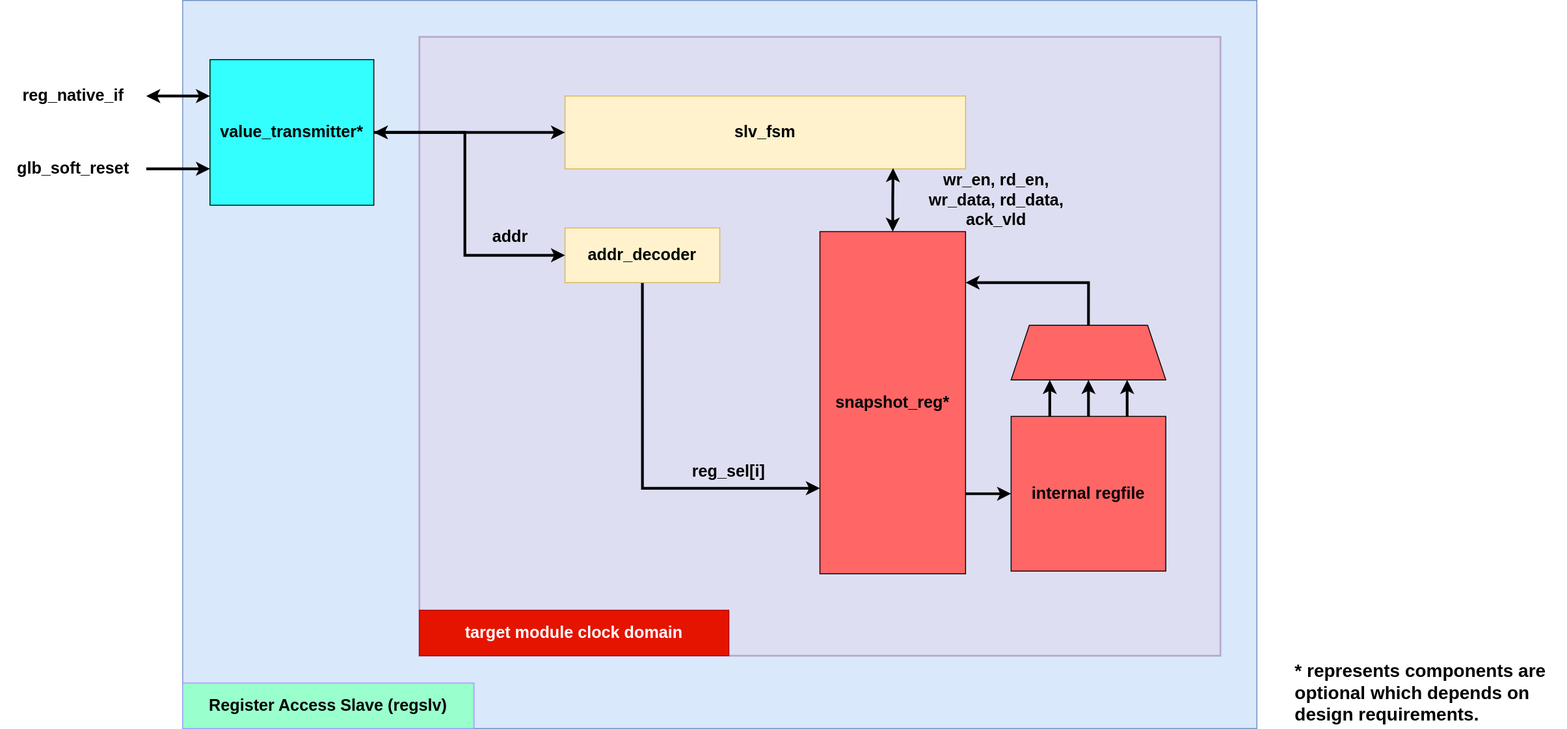
Before: docs/pics/regslv_rtl_infra.svg, a diagram exported from draw.io (howsayhao/hj_reg_auto). Source tidied: cells renumbered, new cells last; positions are measured from the earlier drawing's top-left corner, leaving out a move shared by most shapes.
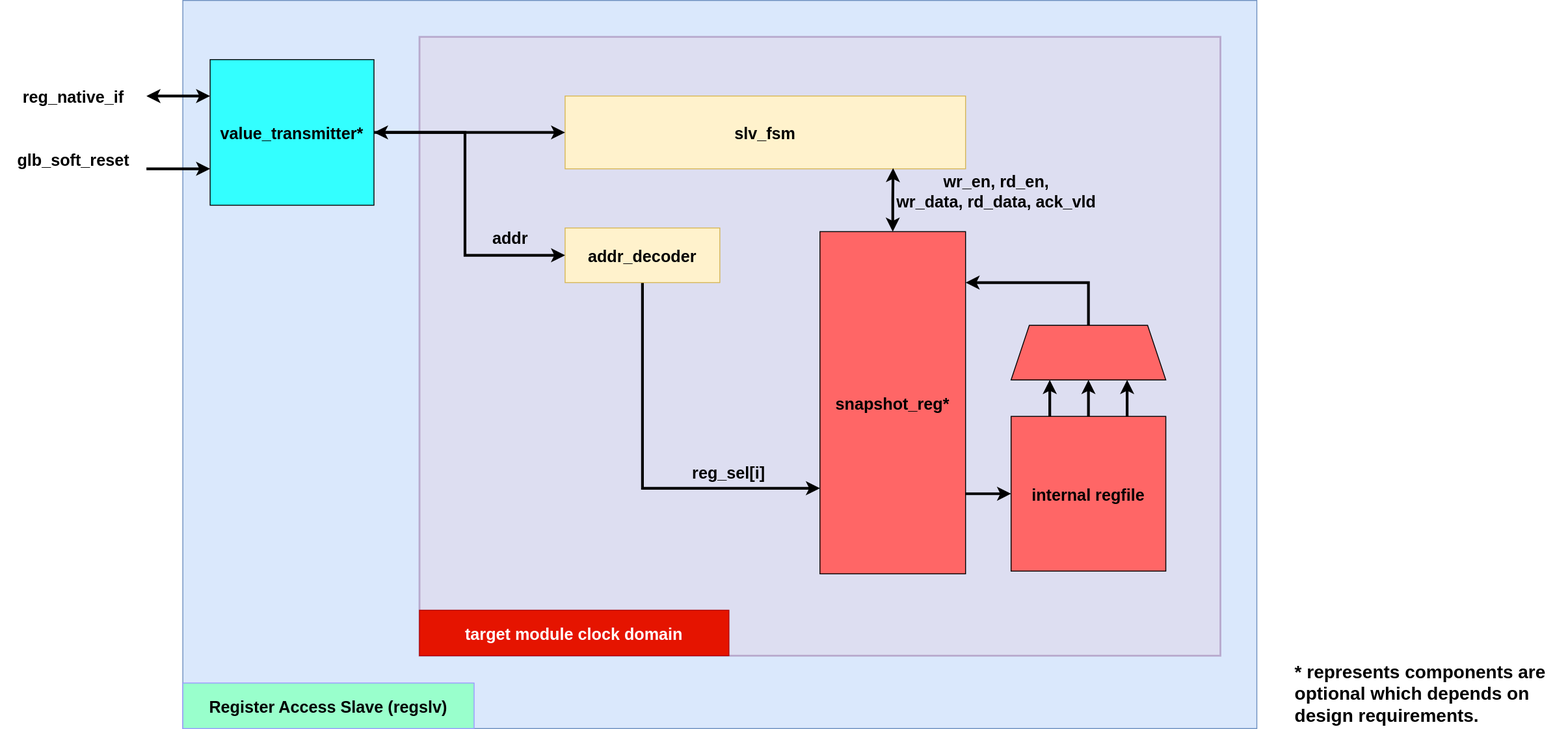
After the commit.

What changed in the source:
```diff
@@ -2,67 +2,67 @@
   <root>
     <mxCell id="0" />
     <mxCell id="1" parent="0" />
-    <mxCell id="2" style="rounded=0;whiteSpace=wrap;html=1;strokeColor=#6c8ebf;fillColor=#dae8fc;fontSize=18;" parent="1" vertex="1">
+    <mxCell id="2" style="rounded=0;strokeColor=#6c8ebf;fillColor=#dae8fc;fontSize=18;fontStyle=1;" parent="1" vertex="1">
       <mxGeometry x="200" width="1180" height="800" as="geometry" />
     </mxCell>
-    <mxCell id="3" style="rounded=0;whiteSpace=wrap;html=1;fillColor=#e1d5e7;strokeColor=#9673a6;strokeWidth=2;opacity=50;fontSize=18;" parent="1" vertex="1">
+    <mxCell id="3" style="rounded=0;fillColor=#e1d5e7;strokeColor=#9673a6;strokeWidth=2;opacity=50;fontSize=18;fontStyle=1;" parent="1" vertex="1">
       <mxGeometry x="460" y="40" width="880" height="680" as="geometry" />
     </mxCell>
-    <mxCell id="4" value="slv_fsm" style="rounded=0;whiteSpace=wrap;html=1;fontStyle=1;fillColor=#fff2cc;fontSize=18;strokeColor=#d6b656;" parent="1" vertex="1">
+    <mxCell id="4" value="slv_fsm" style="rounded=0;fontStyle=1;fillColor=#fff2cc;fontSize=18;strokeColor=#d6b656;" parent="1" vertex="1">
       <mxGeometry x="620" y="105" width="440" height="80" as="geometry" />
     </mxCell>
-    <mxCell id="5" style="edgeStyle=orthogonalEdgeStyle;rounded=0;html=1;exitX=0.5;exitY=1;exitDx=0;exitDy=0;entryX=0;entryY=0.75;entryDx=0;entryDy=0;startArrow=none;startFill=0;strokeWidth=3;fontSize=18;" parent="1" edge="1" source="6" target="17">
+    <mxCell id="5" style="edgeStyle=orthogonalEdgeStyle;rounded=0;exitX=0.5;exitY=1;exitDx=0;exitDy=0;entryX=0;entryY=0.75;entryDx=0;entryDy=0;startArrow=none;startFill=0;strokeWidth=3;fontSize=18;fontStyle=1;" parent="1" edge="1" source="6" target="17">
       <mxGeometry relative="1" as="geometry" />
     </mxCell>
-    <mxCell id="6" value="addr_decoder" style="rounded=0;whiteSpace=wrap;html=1;fontStyle=1;fillColor=#fff2cc;fontSize=18;strokeColor=#d6b656;" parent="1" vertex="1">
+    <mxCell id="6" value="addr_decoder" style="rounded=0;fontStyle=1;fillColor=#fff2cc;fontSize=18;strokeColor=#d6b656;" parent="1" vertex="1">
       <mxGeometry x="620" y="250" width="170" height="60" as="geometry" />
     </mxCell>
-    <mxCell id="7" value="Register Access Slave (regslv)" style="text;html=1;strokeColor=#9999FF;fillColor=#99FFCC;align=center;verticalAlign=middle;whiteSpace=wrap;rounded=0;fontSize=18;fontStyle=1;strokeWidth=1;" parent="1" vertex="1">
+    <mxCell id="7" value="Register Access Slave (regslv)" style="text;strokeColor=#9999FF;fillColor=#99FFCC;align=center;verticalAlign=middle;rounded=0;fontSize=18;fontStyle=1;strokeWidth=1;" parent="1" vertex="1">
       <mxGeometry x="200" y="750" width="320" height="50" as="geometry" />
     </mxCell>
-    <mxCell id="8" style="edgeStyle=orthogonalEdgeStyle;html=1;exitX=0.5;exitY=0;exitDx=0;exitDy=0;strokeWidth=3;rounded=0;fontSize=18;entryX=0.5;entryY=1;entryDx=0;entryDy=0;" parent="1" edge="1" source="14" target="10">
+    <mxCell id="8" style="edgeStyle=orthogonalEdgeStyle;exitX=0.5;exitY=0;exitDx=0;exitDy=0;strokeWidth=3;rounded=0;fontSize=18;entryX=0.5;entryY=1;entryDx=0;entryDy=0;fontStyle=1;" parent="1" edge="1" source="14" target="10">
       <mxGeometry relative="1" as="geometry" />
     </mxCell>
-    <mxCell id="9" style="edgeStyle=orthogonalEdgeStyle;rounded=0;html=1;exitX=0.5;exitY=0;exitDx=0;exitDy=0;entryX=1;entryY=0.149;entryDx=0;entryDy=0;entryPerimeter=0;startArrow=none;startFill=0;strokeWidth=3;fontSize=18;" parent="1" edge="1" source="10" target="17">
+    <mxCell id="9" style="edgeStyle=orthogonalEdgeStyle;rounded=0;exitX=0.5;exitY=0;exitDx=0;exitDy=0;entryX=1;entryY=0.149;entryDx=0;entryDy=0;entryPerimeter=0;startArrow=none;startFill=0;strokeWidth=3;fontSize=18;fontStyle=1;" parent="1" edge="1" source="10" target="17">
       <mxGeometry relative="1" as="geometry">
         <Array as="points">
           <mxPoint x="1195" y="310" />
         </Array>
       </mxGeometry>
     </mxCell>
-    <mxCell id="10" style="shape=trapezoid;perimeter=trapezoidPerimeter;whiteSpace=wrap;html=1;fixedSize=1;fontSize=18;fillColor=#FF6666;" parent="1" vertex="1">
+    <mxCell id="10" style="shape=trapezoid;perimeter=trapezoidPerimeter;fixedSize=1;fontSize=18;fillColor=#FF6666;fontStyle=1;" parent="1" vertex="1">
       <mxGeometry x="1110" y="357" width="170" height="60" as="geometry" />
     </mxCell>
-    <mxCell id="11" value="&lt;b style=&quot;font-size: 18px;&quot;&gt;reg_sel[i]&lt;/b&gt;" style="text;html=1;strokeColor=none;fillColor=none;align=center;verticalAlign=middle;whiteSpace=wrap;rounded=0;fontSize=18;" parent="1" vertex="1">
+    <mxCell id="11" value="reg_sel[i]" style="text;strokeColor=none;fillColor=none;align=center;verticalAlign=middle;rounded=0;fontSize=18;fontStyle=1;" parent="1" vertex="1">
       <mxGeometry x="750" y="500" width="100" height="36" as="geometry" />
     </mxCell>
-    <mxCell id="12" style="edgeStyle=orthogonalEdgeStyle;rounded=0;html=1;exitX=0.25;exitY=0;exitDx=0;exitDy=0;entryX=0.25;entryY=1;entryDx=0;entryDy=0;startArrow=none;startFill=0;strokeWidth=3;fontSize=18;" parent="1" edge="1" source="14" target="10">
+    <mxCell id="12" style="edgeStyle=orthogonalEdgeStyle;rounded=0;exitX=0.25;exitY=0;exitDx=0;exitDy=0;entryX=0.25;entryY=1;entryDx=0;entryDy=0;startArrow=none;startFill=0;strokeWidth=3;fontSize=18;fontStyle=1;" parent="1" edge="1" source="14" target="10">
       <mxGeometry relative="1" as="geometry" />
     </mxCell>
-    <mxCell id="13" style="edgeStyle=orthogonalEdgeStyle;rounded=0;html=1;exitX=0.75;exitY=0;exitDx=0;exitDy=0;entryX=0.75;entryY=1;entryDx=0;entryDy=0;startArrow=none;startFill=0;strokeWidth=3;fontSize=18;" parent="1" edge="1" source="14" target="10">
+    <mxCell id="13" style="edgeStyle=orthogonalEdgeStyle;rounded=0;exitX=0.75;exitY=0;exitDx=0;exitDy=0;entryX=0.75;entryY=1;entryDx=0;entryDy=0;startArrow=none;startFill=0;strokeWidth=3;fontSize=18;fontStyle=1;" parent="1" edge="1" source="14" target="10">
       <mxGeometry relative="1" as="geometry" />
     </mxCell>
-    <mxCell id="14" value="internal regfile" style="whiteSpace=wrap;html=1;fillColor=#FF6666;fontStyle=1;fontColor=#000000;fontSize=18;" parent="1" vertex="1">
+    <mxCell id="14" value="internal regfile" style="fillColor=#FF6666;fontStyle=1;fontColor=#000000;fontSize=18;" parent="1" vertex="1">
       <mxGeometry x="1110" y="457" width="170" height="170" as="geometry" />
     </mxCell>
-    <mxCell id="15" style="edgeStyle=orthogonalEdgeStyle;rounded=0;html=1;entryX=0;entryY=0.5;entryDx=0;entryDy=0;startArrow=none;startFill=0;strokeWidth=3;fontSize=18;" parent="1" edge="1" target="14">
+    <mxCell id="15" style="edgeStyle=orthogonalEdgeStyle;rounded=0;entryX=0;entryY=0.5;entryDx=0;entryDy=0;startArrow=none;startFill=0;strokeWidth=3;fontSize=18;fontStyle=1;" parent="1" edge="1" target="14">
       <mxGeometry relative="1" as="geometry">
         <mxPoint x="1060" y="542" as="sourcePoint" />
       </mxGeometry>
     </mxCell>
-    <mxCell id="16" style="edgeStyle=orthogonalEdgeStyle;rounded=0;html=1;exitX=0.5;exitY=0;exitDx=0;exitDy=0;entryX=0.819;entryY=0.99;entryDx=0;entryDy=0;entryPerimeter=0;startArrow=classic;startFill=1;strokeWidth=3;fontSize=18;" parent="1" edge="1" source="17" target="4">
+    <mxCell id="16" style="edgeStyle=orthogonalEdgeStyle;rounded=0;exitX=0.5;exitY=0;exitDx=0;exitDy=0;entryX=0.819;entryY=0.99;entryDx=0;entryDy=0;entryPerimeter=0;startArrow=classic;startFill=1;strokeWidth=3;fontSize=18;fontStyle=1;" parent="1" edge="1" source="17" target="4">
       <mxGeometry relative="1" as="geometry" />
     </mxCell>
-    <mxCell id="17" value="&lt;b style=&quot;font-size: 18px;&quot;&gt;snapshot_reg*&lt;/b&gt;" style="rounded=0;whiteSpace=wrap;html=1;fontSize=18;fontColor=#000000;fillColor=#FF6666;" parent="1" vertex="1">
+    <mxCell id="17" value="snapshot_reg*" style="rounded=0;fontSize=18;fontColor=#000000;fillColor=#FF6666;fontStyle=1;" parent="1" vertex="1">
       <mxGeometry x="900" y="254" width="160" height="376" as="geometry" />
     </mxCell>
-    <mxCell id="18" value="&lt;b style=&quot;font-size: 18px;&quot;&gt;target module clock domain&lt;/b&gt;" style="rounded=0;whiteSpace=wrap;html=1;fillColor=#e51400;fontSize=18;strokeColor=#B20000;fontColor=#ffffff;" parent="1" vertex="1">
+    <mxCell id="18" value="target module clock domain" style="rounded=0;fillColor=#e51400;fontSize=18;strokeColor=#B20000;fontColor=#ffffff;fontStyle=1;" parent="1" vertex="1">
       <mxGeometry x="460" y="670" width="340" height="50" as="geometry" />
     </mxCell>
-    <mxCell id="19" style="edgeStyle=orthogonalEdgeStyle;rounded=0;html=1;exitX=1;exitY=0.5;exitDx=0;exitDy=0;entryX=0;entryY=0.5;entryDx=0;entryDy=0;strokeWidth=3;startArrow=classic;startFill=1;fontSize=18;" parent="1" edge="1" source="21" target="4">
+    <mxCell id="19" style="edgeStyle=orthogonalEdgeStyle;rounded=0;exitX=1;exitY=0.5;exitDx=0;exitDy=0;entryX=0;entryY=0.5;entryDx=0;entryDy=0;strokeWidth=3;startArrow=classic;startFill=1;fontSize=18;fontStyle=1;" parent="1" edge="1" source="21" target="4">
       <mxGeometry relative="1" as="geometry" />
     </mxCell>
-    <mxCell id="20" style="edgeStyle=orthogonalEdgeStyle;rounded=0;html=1;entryX=0;entryY=0.5;entryDx=0;entryDy=0;strokeWidth=3;fontSize=18;" parent="1" edge="1" source="21" target="6">
+    <mxCell id="20" style="edgeStyle=orthogonalEdgeStyle;rounded=0;entryX=0;entryY=0.5;entryDx=0;entryDy=0;strokeWidth=3;fontSize=18;fontStyle=1;" parent="1" edge="1" source="21" target="6">
       <mxGeometry relative="1" as="geometry">
         <Array as="points">
           <mxPoint x="510" y="145" />
@@ -70,28 +70,28 @@
         </Array>
       </mxGeometry>
     </mxCell>
-    <mxCell id="21" value="&lt;b style=&quot;font-size: 18px&quot;&gt;value_transmitter*&lt;/b&gt;" style="rounded=0;whiteSpace=wrap;html=1;fontColor=#000000;fillColor=#33FFFF;fontSize=18;" parent="1" vertex="1">
+    <mxCell id="21" value="value_transmitter*" style="rounded=0;fontColor=#000000;fillColor=#33FFFF;fontSize=18;fontStyle=1;" parent="1" vertex="1">
       <mxGeometry x="230" y="65" width="180" height="160" as="geometry" />
     </mxCell>
-    <mxCell id="22" style="edgeStyle=orthogonalEdgeStyle;rounded=0;html=1;exitX=1;exitY=0.5;exitDx=0;exitDy=0;entryX=0;entryY=0.25;entryDx=0;entryDy=0;strokeWidth=3;startArrow=classic;startFill=1;fontSize=18;" parent="1" edge="1" source="23" target="21">
+    <mxCell id="22" style="edgeStyle=orthogonalEdgeStyle;rounded=0;exitX=1;exitY=0.5;exitDx=0;exitDy=0;entryX=0;entryY=0.25;entryDx=0;entryDy=0;strokeWidth=3;startArrow=classic;startFill=1;fontSize=18;fontStyle=1;" parent="1" edge="1" source="23" target="21">
       <mxGeometry relative="1" as="geometry" />
     </mxCell>
-    <mxCell id="23" value="&lt;b style=&quot;font-size: 18px;&quot;&gt;reg_native_if&lt;/b&gt;&lt;b style=&quot;font-size: 18px;&quot;&gt;&lt;br style=&quot;font-size: 18px;&quot;&gt;&lt;/b&gt;" style="text;html=1;strokeColor=none;fillColor=none;align=center;verticalAlign=middle;whiteSpace=wrap;rounded=0;fontSize=18;fontColor=#000000;" parent="1" vertex="1">
+    <mxCell id="23" value="reg_native_if" style="text;strokeColor=none;fillColor=none;align=center;verticalAlign=middle;rounded=0;fontSize=18;fontColor=#000000;fontStyle=1;" parent="1" vertex="1">
       <mxGeometry y="90" width="160" height="30" as="geometry" />
     </mxCell>
-    <mxCell id="24" value="&lt;b style=&quot;font-size: 18px;&quot;&gt;addr&lt;/b&gt;" style="text;html=1;strokeColor=none;fillColor=none;align=center;verticalAlign=middle;whiteSpace=wrap;rounded=0;fontSize=18;" parent="1" vertex="1">
+    <mxCell id="24" value="addr" style="text;strokeColor=none;fillColor=none;align=center;verticalAlign=middle;rounded=0;fontSize=18;fontStyle=1;" parent="1" vertex="1">
       <mxGeometry x="510" y="240" width="100" height="40" as="geometry" />
     </mxCell>
-    <mxCell id="25" value="&lt;b style=&quot;font-size: 18px;&quot;&gt;wr_en, rd_en,&lt;br style=&quot;font-size: 18px;&quot;&gt;wr_data, rd_data, ack_vld&lt;br style=&quot;font-size: 18px;&quot;&gt;&lt;/b&gt;" style="text;html=1;strokeColor=none;fillColor=none;align=center;verticalAlign=middle;whiteSpace=wrap;rounded=0;fontSize=18;" parent="1" vertex="1">
+    <mxCell id="25" value="wr_en, rd_en,&#10;wr_data, rd_data, ack_vld&#10;" style="text;strokeColor=none;fillColor=none;align=center;verticalAlign=middle;rounded=0;fontSize=18;fontStyle=1;" parent="1" vertex="1">
       <mxGeometry x="988" y="190" width="212" height="60" as="geometry" />
     </mxCell>
-    <mxCell id="26" value="&lt;b style=&quot;font-size: 20px&quot;&gt;* represents components are optional which depends on design requirements.&lt;/b&gt;" style="text;html=1;strokeColor=none;fillColor=none;align=left;verticalAlign=middle;whiteSpace=wrap;rounded=0;fontSize=20;fontColor=#000000;" parent="1" vertex="1">
+    <mxCell id="26" value="* represents components are &#10;optional which depends on &#10;design requirements." style="text;strokeColor=none;fillColor=none;align=left;verticalAlign=middle;rounded=0;fontSize=20;fontColor=#000000;fontStyle=1;" parent="1" vertex="1">
       <mxGeometry x="1420" y="720" width="300" height="80" as="geometry" />
     </mxCell>
-    <mxCell id="27" style="edgeStyle=orthogonalEdgeStyle;rounded=0;html=1;exitX=1;exitY=0.5;exitDx=0;exitDy=0;entryX=0;entryY=0.75;entryDx=0;entryDy=0;strokeWidth=3;" parent="1" edge="1" source="28" target="21">
+    <mxCell id="27" style="edgeStyle=orthogonalEdgeStyle;rounded=0;exitX=1;exitY=0.5;exitDx=0;exitDy=0;entryX=0;entryY=0.75;entryDx=0;entryDy=0;strokeWidth=3;fontStyle=1;" parent="1" edge="1" source="28" target="21">
       <mxGeometry relative="1" as="geometry" />
     </mxCell>
-    <mxCell id="28" value="&lt;b style=&quot;font-size: 18px&quot;&gt;glb_soft_reset&lt;br style=&quot;font-size: 18px&quot;&gt;&lt;/b&gt;" style="text;html=1;strokeColor=none;fillColor=none;align=center;verticalAlign=middle;whiteSpace=wrap;rounded=0;fontSize=18;fontColor=#000000;" parent="1" vertex="1">
+    <mxCell id="28" value="glb_soft_reset&#10;" style="text;strokeColor=none;fillColor=none;align=center;verticalAlign=middle;rounded=0;fontSize=18;fontColor=#000000;fontStyle=1;" parent="1" vertex="1">
       <mxGeometry y="170" width="160" height="30" as="geometry" />
     </mxCell>
   </root>
```
